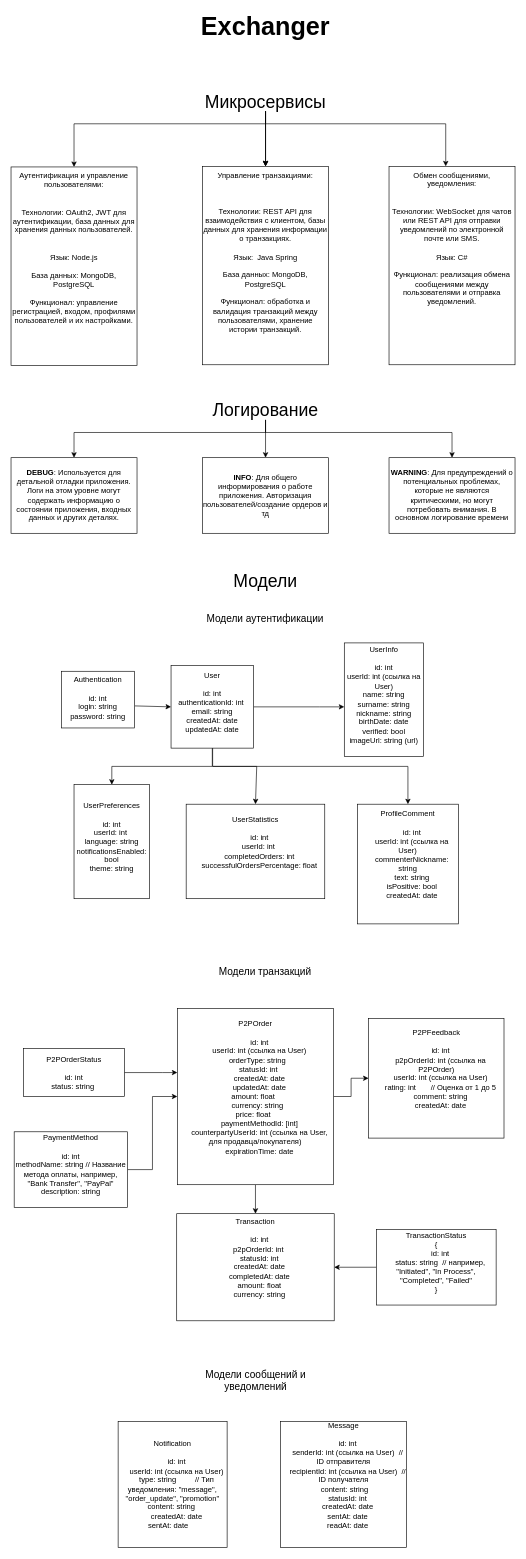
Before: exchanger1.drawio in svalmaz/exchanger, a draw.io diagram. Source tidied: cells renumbered, new cells numbered last; positions are measured from the earlier drawing's top-left corner, leaving out a move shared by most shapes. Both pictures are drawn from the tidied source at 63%, with x=0, y=0 at pixel (11, 16).
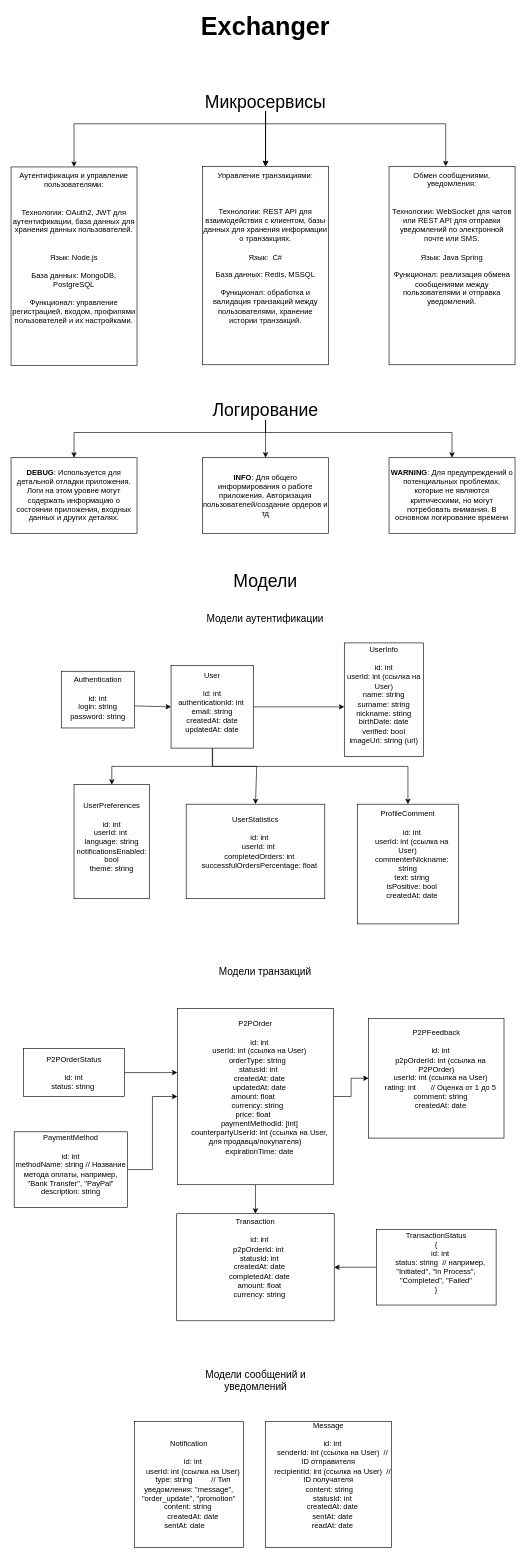
The same page after the edit.

The edit, as a diff of the source:
```diff
@@
-    <mxCell id="10" value="Управление транзакциями:&lt;div&gt;&lt;br&gt;&lt;/div&gt;&lt;div&gt;&lt;br&gt;&lt;/div&gt;&lt;div&gt;&lt;br&gt;&lt;/div&gt;&lt;div&gt;Технологии: REST API для взаимодействия с клиентом, базы данных для хранения информации о транзакциях.&lt;/div&gt;&lt;div&gt;&lt;br&gt;&lt;/div&gt;&lt;div&gt;Язык:&amp;nbsp; Java Spring&lt;/div&gt;&lt;div&gt;&lt;br&gt;&lt;/div&gt;&lt;div&gt;База данных: MongoDB, PostgreSQL&lt;/div&gt;&lt;div&gt;&lt;br&gt;&lt;/div&gt;&lt;div&gt;Функционал: обработка и валидация транзакций между пользователями, хранение истории транзакций.&lt;/div&gt;" style="whiteSpace=wrap;html=1;verticalAlign=top;" parent="1" vertex="1">
+    <mxCell id="10" value="Управление транзакциями:&lt;div&gt;&lt;br&gt;&lt;/div&gt;&lt;div&gt;&lt;br&gt;&lt;/div&gt;&lt;div&gt;&lt;br&gt;&lt;/div&gt;&lt;div&gt;Технологии: REST API для взаимодействия с клиентом, базы данных для хранения информации о транзакциях.&lt;/div&gt;&lt;div&gt;&lt;br&gt;&lt;/div&gt;&lt;div&gt;Язык:&amp;nbsp; C#&lt;/div&gt;&lt;div&gt;&lt;br&gt;&lt;/div&gt;&lt;div&gt;База данных: Redis, MSSQL&lt;/div&gt;&lt;div&gt;&lt;br&gt;&lt;/div&gt;&lt;div&gt;Функционал: обработка и валидация транзакций между пользователями, хранение истории транзакций.&lt;/div&gt;" style="whiteSpace=wrap;html=1;verticalAlign=top;" parent="1" vertex="1">
       <mxGeometry x="304" y="237.5" width="200" height="315" as="geometry" />
     </mxCell>
-    <mxCell id="11" value="Обмен сообщениями, уведомления:&lt;div&gt;&lt;br&gt;&lt;/div&gt;&lt;div&gt;&lt;br&gt;&lt;/div&gt;&lt;div&gt;Технологии: WebSocket для чатов или REST API для отправки уведомлений по электронной почте или SMS.&lt;/div&gt;&lt;div&gt;&lt;br&gt;&lt;/div&gt;&lt;div&gt;Язык: C#&lt;/div&gt;&lt;div&gt;&lt;br&gt;&lt;/div&gt;&lt;div&gt;Функционал: реализация обмена сообщениями между пользователями и отправка уведомлений.&lt;/div&gt;&lt;div&gt;&lt;br&gt;&lt;/div&gt;" style="whiteSpace=wrap;html=1;verticalAlign=top;" parent="1" vertex="1">
+    <mxCell id="11" value="Обмен сообщениями, уведомления:&lt;div&gt;&lt;br&gt;&lt;/div&gt;&lt;div&gt;&lt;br&gt;&lt;/div&gt;&lt;div&gt;Технологии: WebSocket для чатов или REST API для отправки уведомлений по электронной почте или SMS.&lt;/div&gt;&lt;div&gt;&lt;br&gt;&lt;/div&gt;&lt;div&gt;Язык: Java Spring&lt;/div&gt;&lt;div&gt;&lt;br&gt;&lt;/div&gt;&lt;div&gt;Функционал: реализация обмена сообщениями между пользователями и отправка уведомлений.&lt;/div&gt;&lt;div&gt;&lt;br&gt;&lt;/div&gt;" style="whiteSpace=wrap;html=1;verticalAlign=top;" parent="1" vertex="1">
       <mxGeometry x="600" y="237.5" width="200" height="315" as="geometry" />
     </mxCell>
@@
     <mxCell id="45" value="&lt;div&gt;Notification&lt;/div&gt;&lt;div&gt;&lt;br&gt;&lt;/div&gt;&lt;div&gt;&amp;nbsp; &amp;nbsp; id: int&lt;/div&gt;&lt;div&gt;&amp;nbsp; &amp;nbsp; userId: int (ссылка на User)&lt;/div&gt;&lt;div&gt;&amp;nbsp; &amp;nbsp; type: string&amp;nbsp; &amp;nbsp; &amp;nbsp; &amp;nbsp; &amp;nbsp;// Тип уведомления: &quot;message&quot;, &quot;order_update&quot;, &quot;promotion&quot;&lt;/div&gt;&lt;div&gt;&amp;nbsp; &amp;nbsp; content: string&amp;nbsp; &amp;nbsp; &amp;nbsp;&lt;/div&gt;&lt;div&gt;&amp;nbsp; &amp;nbsp; createdAt: date&lt;/div&gt;&lt;div&gt;&amp;nbsp; &amp;nbsp; sentAt: date&amp;nbsp; &amp;nbsp; &amp;nbsp; &amp;nbsp;&amp;nbsp;&lt;/div&gt;" style="rounded=0;whiteSpace=wrap;html=1;" parent="1" vertex="1">
-      <mxGeometry x="170" y="2230" width="173" height="200" as="geometry" />
+      <mxGeometry x="196" y="2230" width="173" height="200" as="geometry" />
     </mxCell>
     <mxCell id="46" value="&lt;div&gt;Message&lt;/div&gt;&lt;div&gt;&lt;br&gt;&lt;/div&gt;&lt;div&gt;&amp;nbsp; &amp;nbsp; id: int&lt;/div&gt;&lt;div&gt;&amp;nbsp; &amp;nbsp; senderId: int (ссылка на User)&amp;nbsp; // ID отправителя&lt;/div&gt;&lt;div&gt;&amp;nbsp; &amp;nbsp; recipientId: int (ссылка на User)&amp;nbsp; // ID получателя&lt;/div&gt;&lt;div&gt;&amp;nbsp; &amp;nbsp; content: string&amp;nbsp; &amp;nbsp;&lt;/div&gt;&lt;div&gt;&amp;nbsp; &amp;nbsp; statusId: int&lt;/div&gt;&lt;div&gt;&amp;nbsp; &amp;nbsp; createdAt: date&lt;/div&gt;&lt;div&gt;&amp;nbsp; &amp;nbsp; sentAt: date&lt;/div&gt;&lt;div&gt;&amp;nbsp; &amp;nbsp; readAt: date&lt;/div&gt;&lt;div&gt;&lt;br&gt;&lt;/div&gt;&lt;div&gt;&lt;br&gt;&lt;/div&gt;" style="rounded=0;whiteSpace=wrap;html=1;" parent="1" vertex="1">
-      <mxGeometry x="428" y="2230" width="200" height="200" as="geometry" />
+      <mxGeometry x="404" y="2230" width="200" height="200" as="geometry" />
     </mxCell>
```
